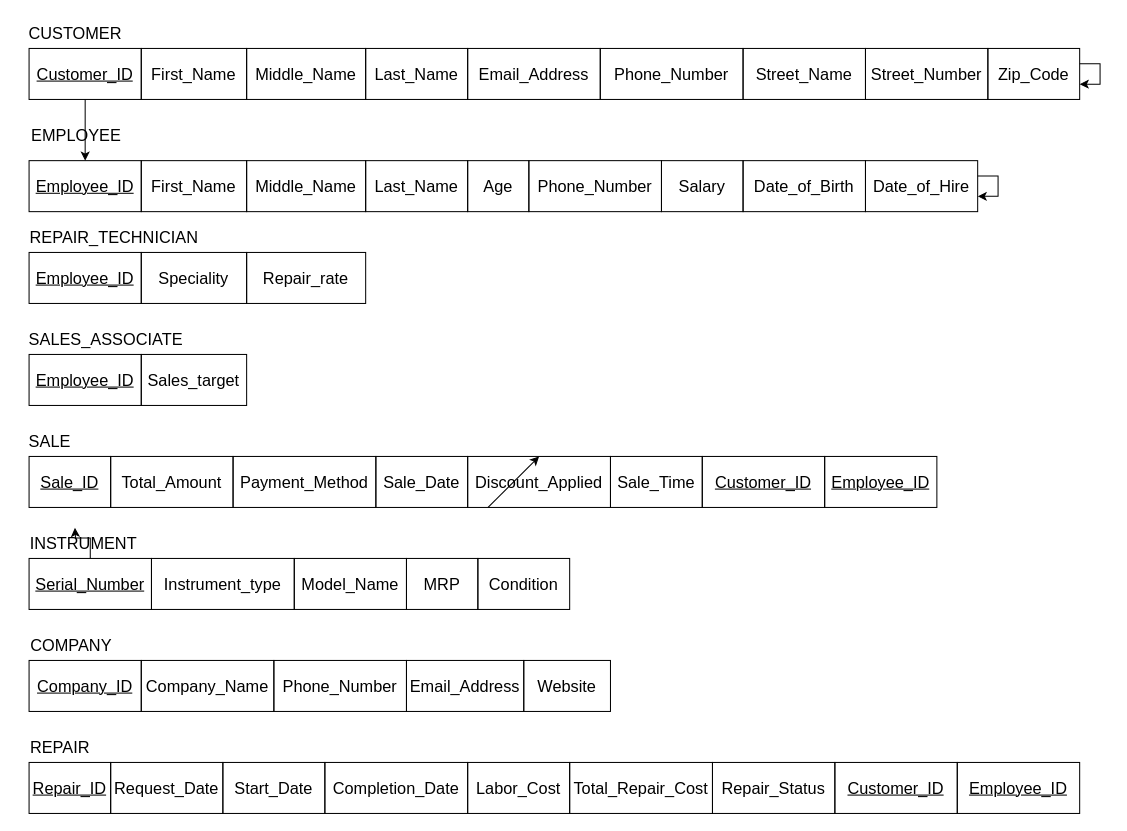
Tangerinn/newRepo keeps this draw.io diagram as MusicStoreRelationalSchema.drawio. Above is the earlier version. Source tidied: cells renumbered, new cells numbered last; positions are measured from the earlier drawing's top-left corner, leaving out a move shared by most shapes. Both pictures are drawn from the tidied source at 102%, with x=0, y=0 at pixel (16, 17).
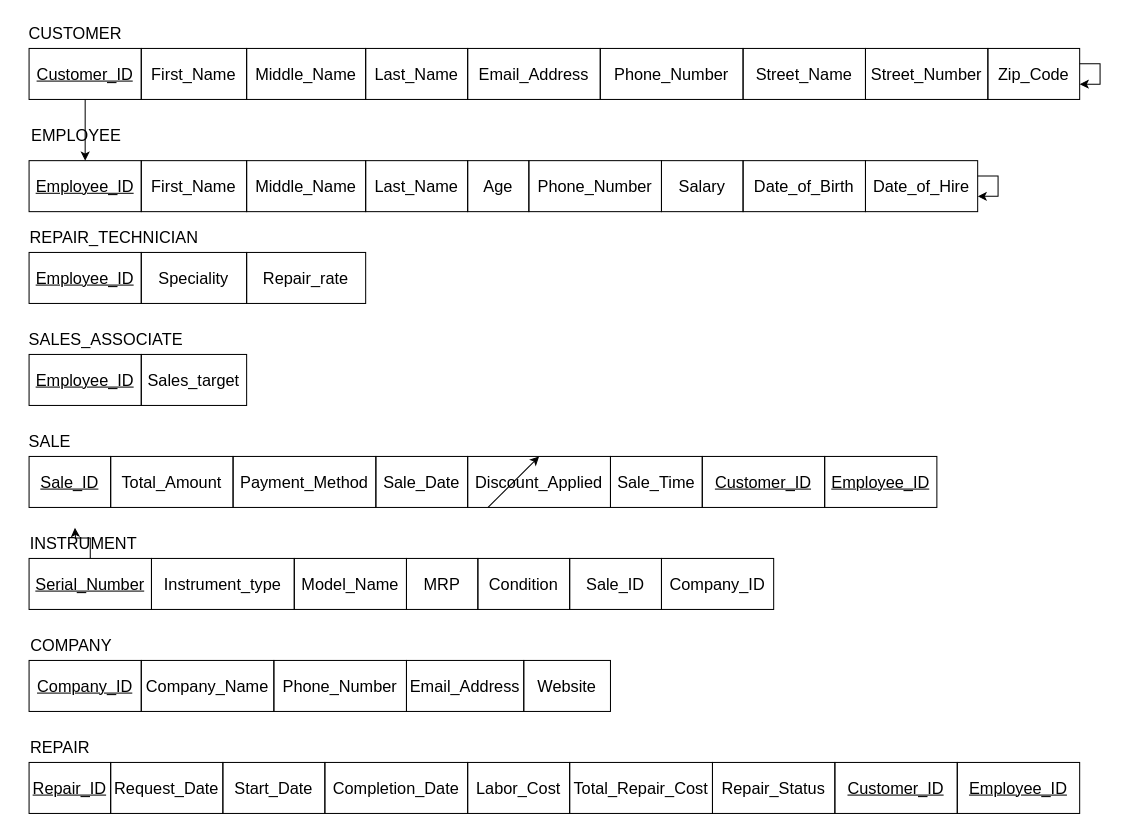
The same diagram, later.

The edit, as a diff of the source:
```diff
@@
+    <mxCell id="73" value="&lt;span style=&quot;font-size: 16px;&quot;&gt;Sale_ID&lt;/span&gt;" style="whiteSpace=wrap;html=1;align=center;fillColor=none;fontColor=light-dark(#000000,#000000);labelBorderColor=none;strokeColor=light-dark(#000000,#000000);" parent="1" vertex="1">
+      <mxGeometry x="542" y="530" width="90" height="50" as="geometry" />
+    </mxCell>
+    <mxCell id="74" value="&lt;span style=&quot;font-size: 16px;&quot;&gt;Company_ID&lt;/span&gt;" style="whiteSpace=wrap;html=1;align=center;fillColor=none;fontColor=light-dark(#000000,#000000);labelBorderColor=none;strokeColor=light-dark(#000000,#000000);" parent="1" vertex="1">
+      <mxGeometry x="632" y="530" width="110" height="50" as="geometry" />
+    </mxCell>
```
